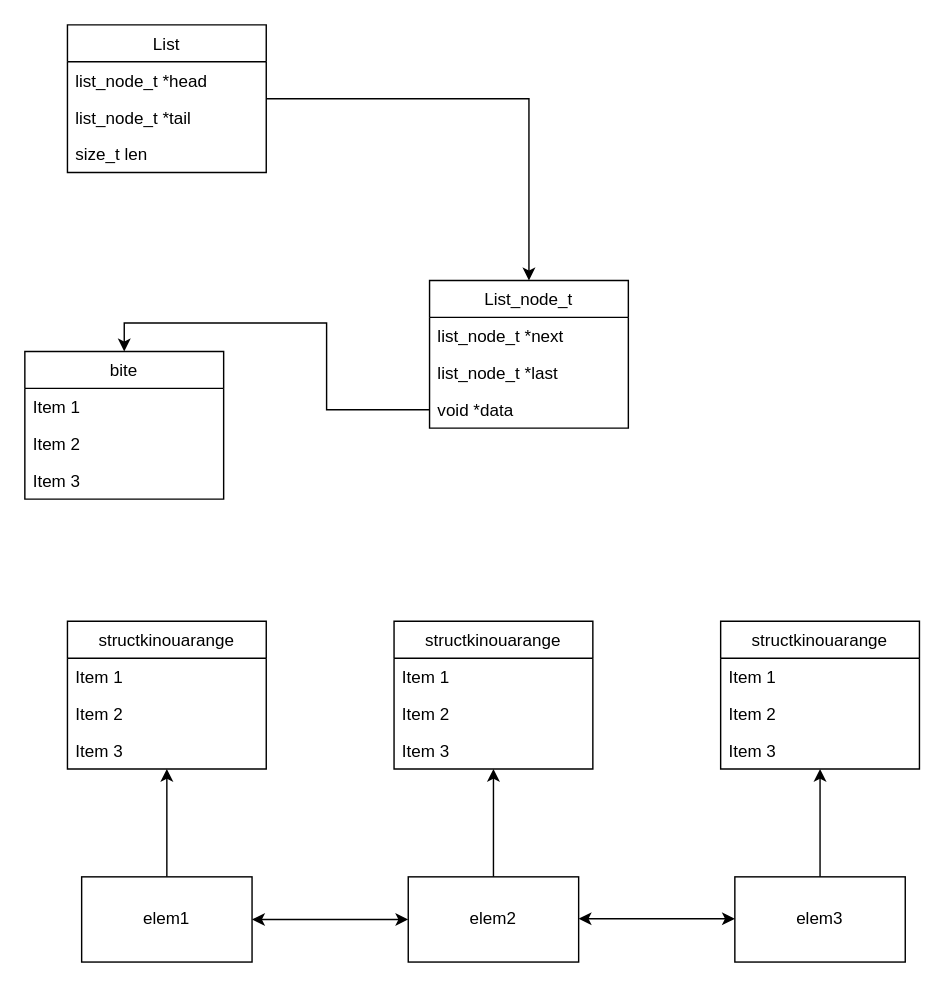
This is archi/linked_list.drawio from PierreMauger/Corewar, a draw.io file, before an edit. Source tidied: cells renumbered, new cells numbered last; positions are measured from the earlier drawing's top-left corner, leaving out a move shared by most shapes. Both pictures are drawn from the tidied source at 142%, with x=0, y=0 at pixel (24, 24).
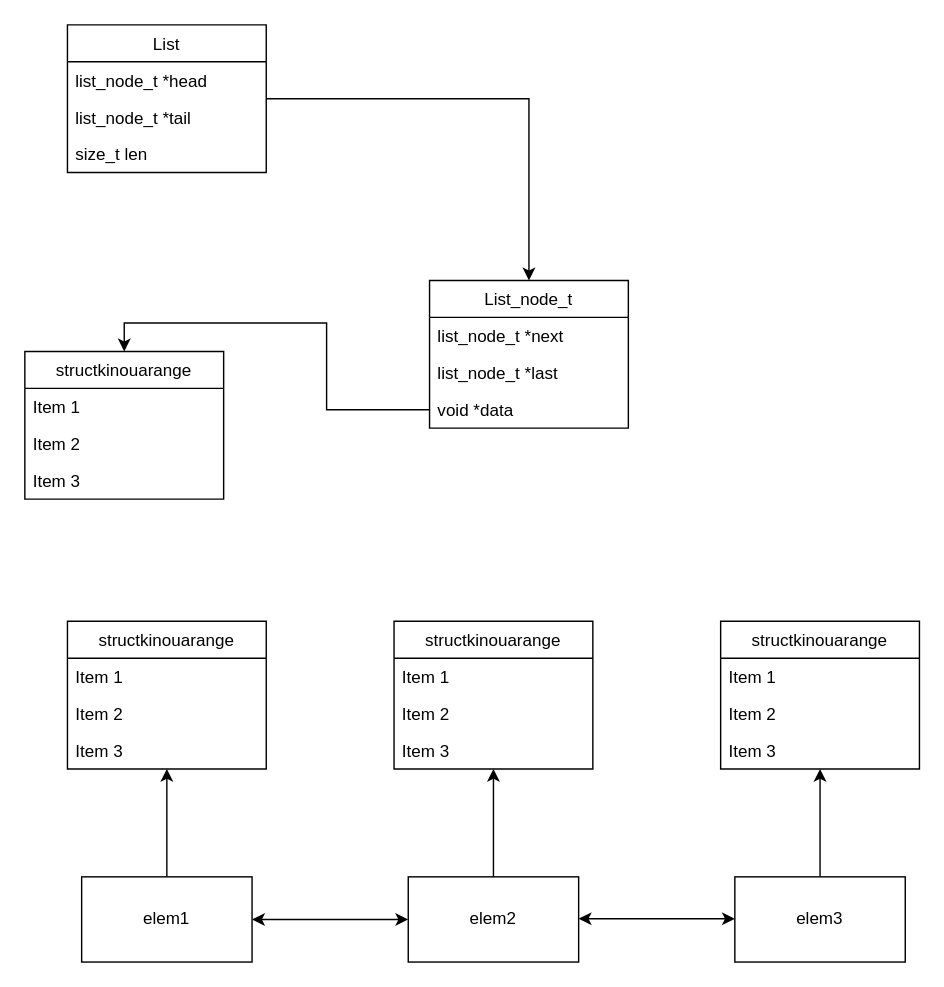
The same page after the edit.

Change to the diagram source:
```diff
@@
-    <mxCell id="11" value="bite" style="swimlane;fontStyle=0;horizontal=1;startSize=26;fillColor=none;" parent="1" vertex="1">
+    <mxCell id="11" value="structkinouarange" style="swimlane;fontStyle=0;horizontal=1;startSize=26;fillColor=none;" parent="1" vertex="1">
       <mxGeometry y="230" width="140" height="104" as="geometry" />
     </mxCell>
```
